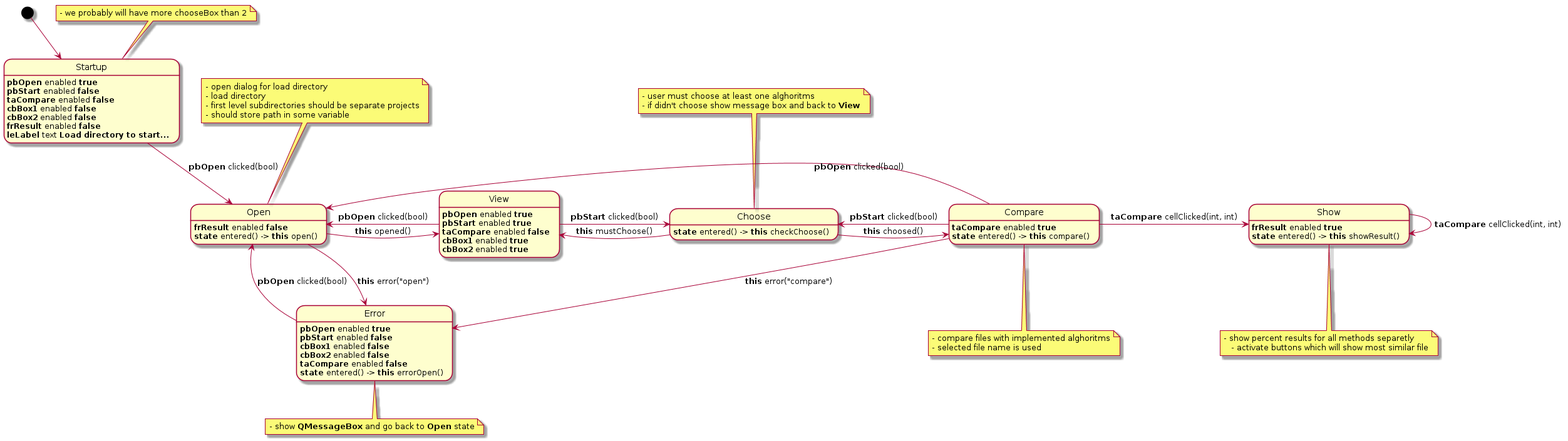
MichalBernacki/Plagiarism_detection_app keeps this PlantUML diagram as Projekt/uml/interface.png. Above is the earlier version.
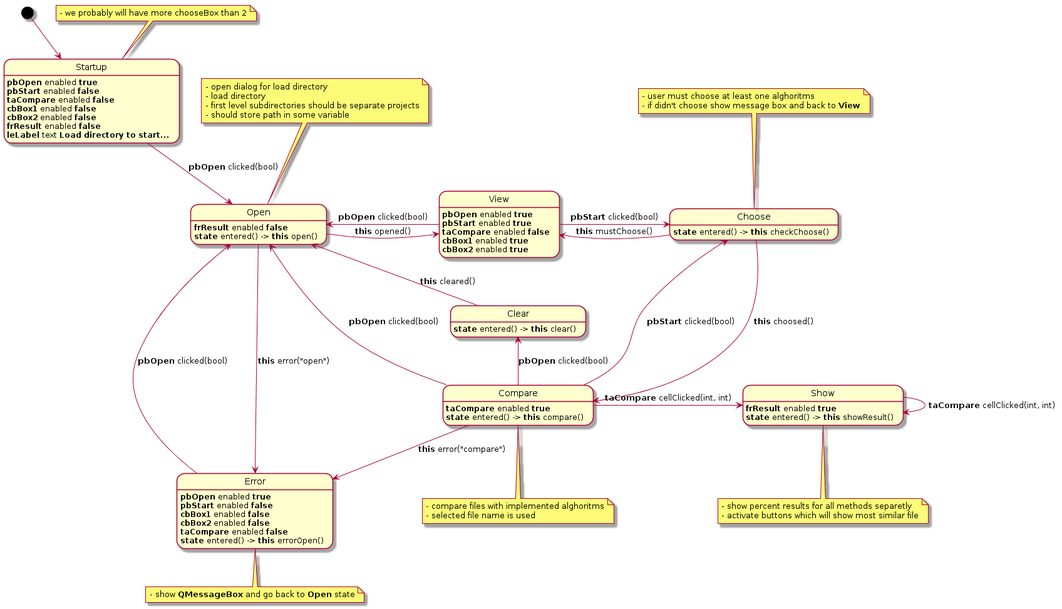
Later version of the same file.

The edit, as a diff of the source:
```diff
@@ -14,6 +14,8 @@
     Choose -right-> Compare : <b>this</b> choosed()
     Compare -down-> Error : <b>this</b> error("compare")
     Compare -right-> Show : <b>taCompare</b> cellClicked(int, int)
+    Compare -up-> Clear : <b>pbOpen</b> clicked(bool)
+    Clear -up-> Open : <b>this</b> cleared()
     Show -right-> Show : <b>taCompare</b> cellClicked(int, int)
 
     note top of Startup
@@ -42,7 +44,7 @@
     end note
 
     note bottom of Show
-    	- show percent results for all methods separetly
+        - show percent results for all methods separetly
         - activate buttons which will show most similar file
     end note
 
@@ -57,7 +59,7 @@
 
 
 
-	Open: <b>frResult</b> enabled <b>false</b>
+    Open: <b>frResult</b> enabled <b>false</b>
     Open: <b>state</b> entered() -> <b>this</b> open()
 
     View: <b>pbOpen</b> enabled <b>true</b>
@@ -79,6 +81,8 @@
     Error: <b>taCompare</b> enabled <b>false</b>
     Error: <b>state</b> entered() -> <b>this</b> errorOpen()
 
+    Clear: <b>state</b> entered() -> <b>this</b> clear()
+
     Show: <b>frResult</b> enabled <b>true</b>
     Show: <b>state</b> entered() -> <b>this</b> showResult()
 @enduml
```
